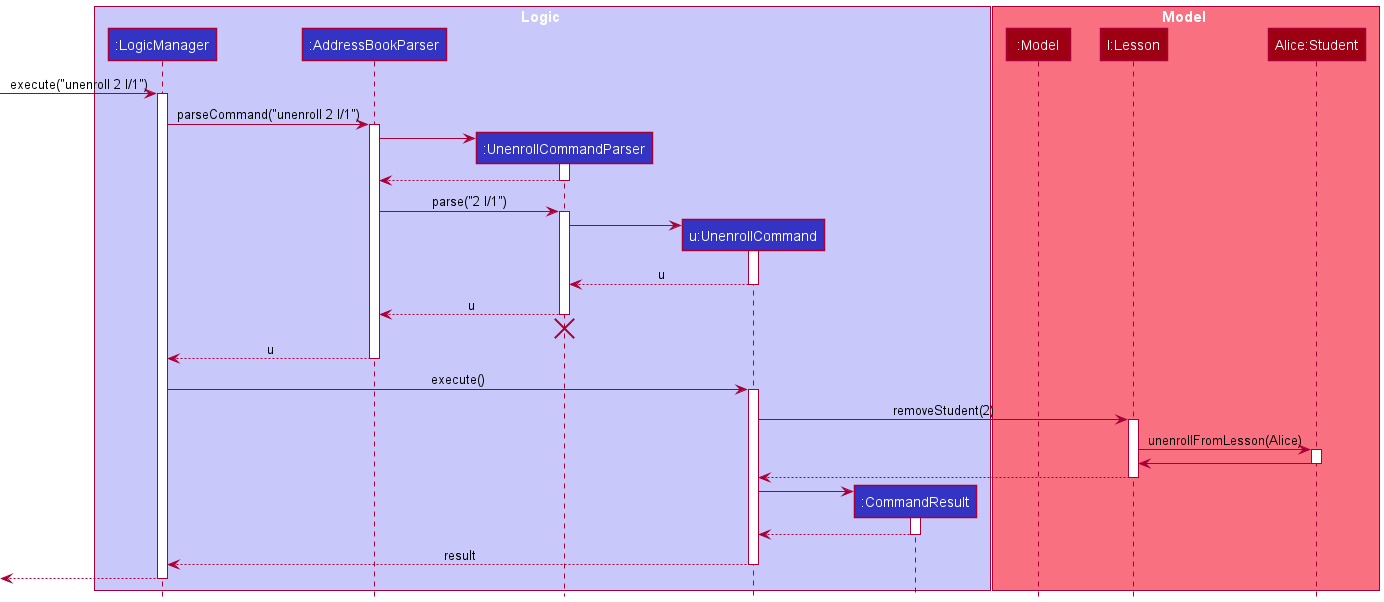
Earlier version of the PlantUML export docs/images/DeveloperGuideImage/UnenrollSequenceDiagram.png (nus-cs2103-AY2122S1/tp). The source it was exported from:
```plantuml
@startuml
!include style.puml

box Logic LOGIC_COLOR_T1
participant ":LogicManager" as LogicManager LOGIC_COLOR
participant ":AddressBookParser" as AddressBookParser LOGIC_COLOR
participant ":UnenrollCommandParser" as UnenrollCommandParser LOGIC_COLOR
participant "u:UnenrollCommand" as UnenrollCommand LOGIC_COLOR
participant ":CommandResult" as CommandResult LOGIC_COLOR
end box

box Model MODEL_COLOR_T1
participant ":Model" as Model MODEL_COLOR
participant "l:Lesson" as Lesson MODEL_COLOR
participant "Alice:Student" as Student MODEL_COLOR
end box

[-> LogicManager : execute("unenroll 2 l/1")
activate LogicManager

LogicManager -> AddressBookParser : parseCommand("unenroll 2 l/1")
activate AddressBookParser

create UnenrollCommandParser
AddressBookParser -> UnenrollCommandParser
activate UnenrollCommandParser

UnenrollCommandParser --> AddressBookParser
deactivate UnenrollCommandParser

AddressBookParser -> UnenrollCommandParser : parse("2 l/1")
activate UnenrollCommandParser

create UnenrollCommand
UnenrollCommandParser -> UnenrollCommand
activate UnenrollCommand

UnenrollCommand --> UnenrollCommandParser : u
deactivate UnenrollCommand

UnenrollCommandParser --> AddressBookParser : u
deactivate UnenrollCommandParser
UnenrollCommandParser -[hidden]-> AddressBookParser
destroy UnenrollCommandParser

AddressBookParser --> LogicManager : u
deactivate AddressBookParser

LogicManager -> UnenrollCommand : execute()
activate UnenrollCommand

UnenrollCommand -> Lesson : removeStudent(2)
activate Lesson

Lesson -> Student : unenrollFromLesson(Alice)
activate Student

Student -> Lesson
deactivate Student

Lesson --> UnenrollCommand
deactivate Lesson

create CommandResult
UnenrollCommand -> CommandResult
activate CommandResult

CommandResult --> UnenrollCommand
deactivate CommandResult

UnenrollCommand --> LogicManager : result
deactivate UnenrollCommand

[<--LogicManager
deactivate LogicManager
@enduml
```
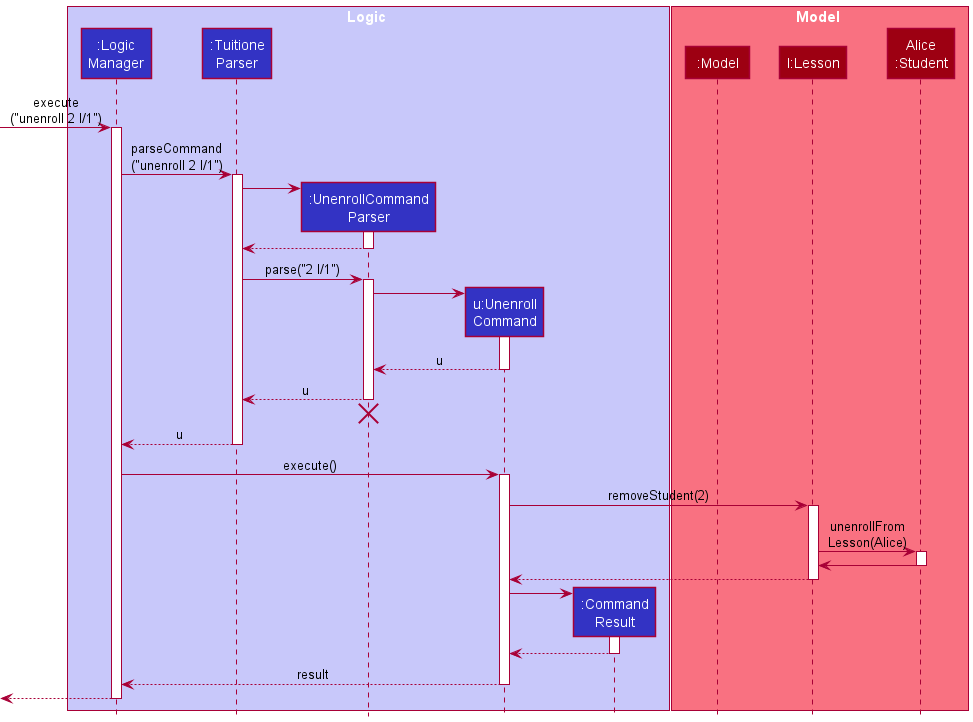
The same file after the commit.

What changed in the source:
```diff
@@ -2,33 +2,33 @@
 !include style.puml
 
 box Logic LOGIC_COLOR_T1
-participant ":LogicManager" as LogicManager LOGIC_COLOR
-participant ":AddressBookParser" as AddressBookParser LOGIC_COLOR
-participant ":UnenrollCommandParser" as UnenrollCommandParser LOGIC_COLOR
-participant "u:UnenrollCommand" as UnenrollCommand LOGIC_COLOR
-participant ":CommandResult" as CommandResult LOGIC_COLOR
+participant ":Logic\nManager" as LogicManager LOGIC_COLOR
+participant ":Tuitione\nParser" as TuitioneParser LOGIC_COLOR
+participant ":UnenrollCommand\nParser" as UnenrollCommandParser LOGIC_COLOR
+participant "u:Unenroll\nCommand" as UnenrollCommand LOGIC_COLOR
+participant ":Command\nResult" as CommandResult LOGIC_COLOR
 end box
 
 box Model MODEL_COLOR_T1
 participant ":Model" as Model MODEL_COLOR
 participant "l:Lesson" as Lesson MODEL_COLOR
-participant "Alice:Student" as Student MODEL_COLOR
+participant "Alice\n:Student" as Student MODEL_COLOR
 end box
 
-[-> LogicManager : execute("unenroll 2 l/1")
+[-> LogicManager : execute\n("unenroll 2 l/1")
 activate LogicManager
 
-LogicManager -> AddressBookParser : parseCommand("unenroll 2 l/1")
-activate AddressBookParser
+LogicManager -> TuitioneParser : parseCommand\n("unenroll 2 l/1")
+activate TuitioneParser
 
 create UnenrollCommandParser
-AddressBookParser -> UnenrollCommandParser
+TuitioneParser -> UnenrollCommandParser
 activate UnenrollCommandParser
 
-UnenrollCommandParser --> AddressBookParser
+UnenrollCommandParser --> TuitioneParser
 deactivate UnenrollCommandParser
 
-AddressBookParser -> UnenrollCommandParser : parse("2 l/1")
+TuitioneParser -> UnenrollCommandParser : parse("2 l/1")
 activate UnenrollCommandParser
 
 create UnenrollCommand
@@ -38,13 +38,13 @@
 UnenrollCommand --> UnenrollCommandParser : u
 deactivate UnenrollCommand
 
-UnenrollCommandParser --> AddressBookParser : u
+UnenrollCommandParser --> TuitioneParser : u
 deactivate UnenrollCommandParser
-UnenrollCommandParser -[hidden]-> AddressBookParser
+UnenrollCommandParser -[hidden]-> TuitioneParser
 destroy UnenrollCommandParser
 
-AddressBookParser --> LogicManager : u
-deactivate AddressBookParser
+TuitioneParser --> LogicManager : u
+deactivate TuitioneParser
 
 LogicManager -> UnenrollCommand : execute()
 activate UnenrollCommand
@@ -52,7 +52,7 @@
 UnenrollCommand -> Lesson : removeStudent(2)
 activate Lesson
 
-Lesson -> Student : unenrollFromLesson(Alice)
+Lesson -> Student : unenrollFrom\nLesson(Alice)
 activate Student
 
 Student -> Lesson
```
